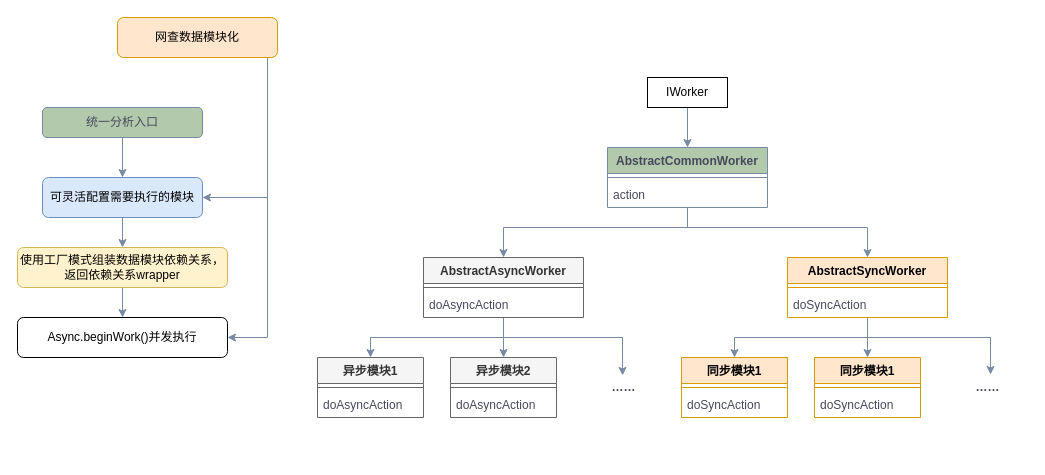
Before: page "Page-1" (1 of 2) of 2023职级晋升.drawio in zhangjiankun9494/demo, a draw.io diagram. Source tidied: cells renumbered, new cells numbered last; positions are measured from the earlier drawing's top-left corner, leaving out a move shared by most shapes. Both pictures are drawn from the tidied source at 100%, with x=0, y=0 at pixel (17, 17).
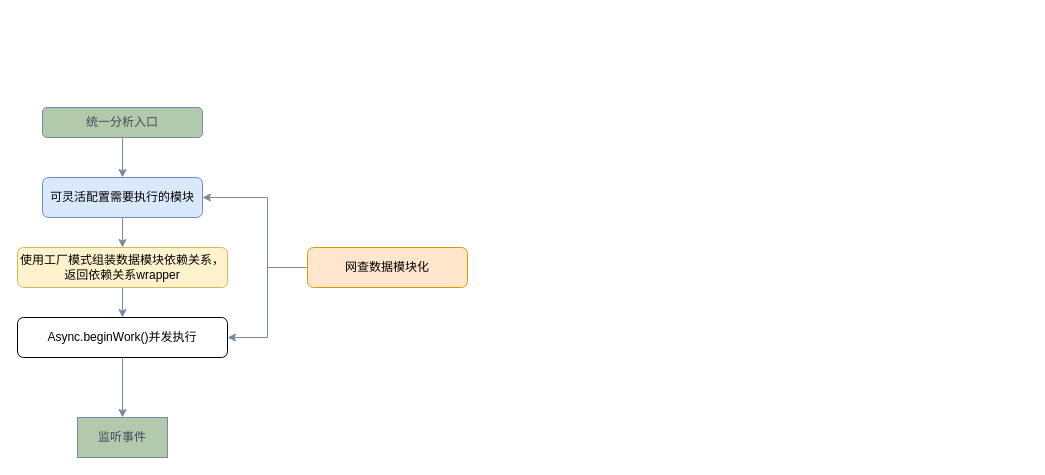
The same page after the edit.

Commit message (it also covers changes not shown here):
更新2023职级晋升.drawio

The change refers to these unchanged cells:
```xml
<mxCell id="11" value="Async.beginWork()并发执行" style="rounded=1;whiteSpace=wrap;html=1;" parent="1" vertex="1">
  <mxGeometry y="300" width="210" height="40" as="geometry" />
</mxCell>
```

Diff of the diagram source:
```diff
@@
     <mxCell id="8" value="网查数据模块化" style="rounded=1;whiteSpace=wrap;html=1;fillColor=#ffe6cc;strokeColor=#d79b00;" parent="1" vertex="1">
-      <mxGeometry x="100" width="160" height="40" as="geometry" />
+      <mxGeometry x="290" y="230" width="160" height="40" as="geometry" />
     </mxCell>
@@
+    <mxCell id="45" style="edgeStyle=orthogonalEdgeStyle;rounded=0;jettySize=auto;html=1;entryX=0.5;entryY=0;entryDx=0;entryDy=0;strokeColor=#788AA3;fontColor=#46495D;fillColor=#B2C9AB;" parent="1" edge="1" source="11" target="46">
+      <mxGeometry relative="1" as="geometry" />
+    </mxCell>
@@
-    <mxCell id="12" style="edgeStyle=orthogonalEdgeStyle;rounded=0;jettySize=auto;html=1;entryX=0.5;entryY=0;entryDx=0;entryDy=0;strokeColor=#788AA3;fontColor=#46495D;fillColor=#B2C9AB;" parent="1" edge="1" source="13" target="16">
-      <mxGeometry relative="1" as="geometry" />
-    </mxCell>
-    <mxCell id="13" value="IWorker" style="html=1;whiteSpace=wrap;" parent="1" vertex="1">
-      <mxGeometry x="630" y="60" width="80" height="30" as="geometry" />
-    </mxCell>
-    <mxCell id="14" style="edgeStyle=orthogonalEdgeStyle;rounded=0;jettySize=auto;html=1;entryX=0.5;entryY=0;entryDx=0;entryDy=0;strokeColor=#788AA3;fontColor=#46495D;fillColor=#B2C9AB;" parent="1" edge="1" source="16" target="22">
-      <mxGeometry relative="1" as="geometry">
-        <Array as="points">
-          <mxPoint x="670" y="210" />
-          <mxPoint x="486" y="210" />
-        </Array>
-      </mxGeometry>
-    </mxCell>
-    <mxCell id="15" style="edgeStyle=orthogonalEdgeStyle;rounded=0;jettySize=auto;html=1;strokeColor=#788AA3;fontColor=#46495D;fillColor=#B2C9AB;" parent="1" edge="1" source="16" target="28">
-      <mxGeometry relative="1" as="geometry">
-        <Array as="points">
-          <mxPoint x="670" y="210" />
-          <mxPoint x="850" y="210" />
-        </Array>
-      </mxGeometry>
-    </mxCell>
-    <mxCell id="16" value="AbstractCommonWorker" style="swimlane;fontStyle=1;align=center;verticalAlign=top;horizontal=1;startSize=26;whiteSpace=wrap;html=1;strokeColor=#788AA3;fontColor=#46495D;fillColor=#B2C9AB;" parent="1" vertex="1">
-      <mxGeometry x="590" y="130" width="160" height="60" as="geometry" />
-    </mxCell>
-    <mxCell id="17" style="line;strokeWidth=1;fillColor=none;align=left;verticalAlign=middle;spacingTop=-1;spacingLeft=3;spacingRight=3;labelPosition=right;strokeColor=inherit;fontColor=#46495D;" parent="16" vertex="1">
-      <mxGeometry y="26" width="160" height="8" as="geometry" />
-    </mxCell>
-    <mxCell id="18" value="action" style="text;strokeColor=none;fillColor=none;align=left;verticalAlign=top;spacingLeft=4;spacingRight=4;overflow=hidden;whiteSpace=wrap;html=1;fontColor=#46495D;" parent="16" vertex="1">
-      <mxGeometry y="34" width="160" height="26" as="geometry" />
-    </mxCell>
-    <mxCell id="19" style="edgeStyle=orthogonalEdgeStyle;rounded=0;jettySize=auto;html=1;entryX=0.5;entryY=0;entryDx=0;entryDy=0;strokeColor=#788AA3;fontColor=#46495D;fillColor=#B2C9AB;" parent="1" edge="1" source="22" target="31">
-      <mxGeometry relative="1" as="geometry" />
-    </mxCell>
-    <mxCell id="20" style="edgeStyle=orthogonalEdgeStyle;rounded=0;jettySize=auto;html=1;entryX=0.5;entryY=0;entryDx=0;entryDy=0;strokeColor=#788AA3;fontColor=#46495D;fillColor=#B2C9AB;" parent="1" edge="1" source="22" target="34">
-      <mxGeometry relative="1" as="geometry" />
-    </mxCell>
-    <mxCell id="21" style="edgeStyle=orthogonalEdgeStyle;rounded=0;jettySize=auto;html=1;entryX=0.488;entryY=0.038;entryDx=0;entryDy=0;entryPerimeter=0;strokeColor=#788AA3;fontColor=#46495D;fillColor=#B2C9AB;" parent="1" edge="1" source="22" target="37">
-      <mxGeometry relative="1" as="geometry">
-        <Array as="points">
-          <mxPoint x="486" y="320" />
-          <mxPoint x="605" y="320" />
-        </Array>
-      </mxGeometry>
-    </mxCell>
-    <mxCell id="22" value="AbstractAsyncWorker" style="swimlane;fontStyle=1;align=center;verticalAlign=top;horizontal=1;startSize=26;whiteSpace=wrap;html=1;strokeColor=#666666;fillColor=#f5f5f5;fontColor=#333333;" parent="1" vertex="1">
-      <mxGeometry x="406" y="240" width="160" height="60" as="geometry" />
-    </mxCell>
-    <mxCell id="23" style="line;strokeWidth=1;fillColor=none;align=left;verticalAlign=middle;spacingTop=-1;spacingLeft=3;spacingRight=3;labelPosition=right;strokeColor=inherit;fontColor=#46495D;" parent="22" vertex="1">
-      <mxGeometry y="26" width="160" height="8" as="geometry" />
-    </mxCell>
-    <mxCell id="24" value="doAsyncAction" style="text;strokeColor=none;fillColor=none;align=left;verticalAlign=top;spacingLeft=4;spacingRight=4;overflow=hidden;whiteSpace=wrap;html=1;fontColor=#46495D;" parent="22" vertex="1">
-      <mxGeometry y="34" width="160" height="26" as="geometry" />
-    </mxCell>
-    <mxCell id="25" style="edgeStyle=orthogonalEdgeStyle;rounded=0;jettySize=auto;html=1;entryX=0.5;entryY=0;entryDx=0;entryDy=0;strokeColor=#788AA3;fontColor=#46495D;fillColor=#B2C9AB;" parent="1" edge="1" source="28" target="38">
-      <mxGeometry relative="1" as="geometry" />
-    </mxCell>
-    <mxCell id="26" style="edgeStyle=orthogonalEdgeStyle;rounded=0;jettySize=auto;html=1;entryX=0.5;entryY=0;entryDx=0;entryDy=0;strokeColor=#788AA3;fontColor=#46495D;fillColor=#B2C9AB;" parent="1" edge="1" source="28" target="41">
-      <mxGeometry relative="1" as="geometry" />
-    </mxCell>
-    <mxCell id="27" style="edgeStyle=orthogonalEdgeStyle;rounded=0;jettySize=auto;html=1;entryX=0.538;entryY=0;entryDx=0;entryDy=0;entryPerimeter=0;strokeColor=#788AA3;fontColor=#46495D;fillColor=#B2C9AB;" parent="1" edge="1" source="28" target="44">
-      <mxGeometry relative="1" as="geometry">
-        <Array as="points">
-          <mxPoint x="850" y="320" />
-          <mxPoint x="973" y="320" />
-        </Array>
-      </mxGeometry>
-    </mxCell>
-    <mxCell id="28" value="AbstractSyncWorker" style="swimlane;fontStyle=1;align=center;verticalAlign=top;horizontal=1;startSize=26;whiteSpace=wrap;html=1;strokeColor=#d79b00;fillColor=#ffe6cc;" parent="1" vertex="1">
-      <mxGeometry x="770" y="240" width="160" height="60" as="geometry" />
-    </mxCell>
-    <mxCell id="29" style="line;strokeWidth=1;fillColor=none;align=left;verticalAlign=middle;spacingTop=-1;spacingLeft=3;spacingRight=3;labelPosition=right;strokeColor=inherit;fontColor=#46495D;" parent="28" vertex="1">
-      <mxGeometry y="26" width="160" height="8" as="geometry" />
-    </mxCell>
-    <mxCell id="30" value="doSyncAction" style="text;strokeColor=none;fillColor=none;align=left;verticalAlign=top;spacingLeft=4;spacingRight=4;overflow=hidden;whiteSpace=wrap;html=1;fontColor=#46495D;" parent="28" vertex="1">
-      <mxGeometry y="34" width="160" height="26" as="geometry" />
-    </mxCell>
-    <mxCell id="31" value="异步模块1" style="swimlane;fontStyle=1;align=center;verticalAlign=top;horizontal=1;startSize=26;whiteSpace=wrap;html=1;strokeColor=#666666;fillColor=#f5f5f5;fontColor=#333333;" parent="1" vertex="1">
-      <mxGeometry x="300" y="340" width="106" height="60" as="geometry" />
-    </mxCell>
-    <mxCell id="32" style="line;strokeWidth=1;fillColor=none;align=left;verticalAlign=middle;spacingTop=-1;spacingLeft=3;spacingRight=3;labelPosition=right;strokeColor=inherit;fontColor=#46495D;" parent="31" vertex="1">
-      <mxGeometry y="26" width="106" height="8" as="geometry" />
-    </mxCell>
-    <mxCell id="33" value="doAsyncAction" style="text;strokeColor=none;fillColor=none;align=left;verticalAlign=top;spacingLeft=4;spacingRight=4;overflow=hidden;whiteSpace=wrap;html=1;fontColor=#46495D;" parent="31" vertex="1">
-      <mxGeometry y="34" width="106" height="26" as="geometry" />
-    </mxCell>
-    <mxCell id="34" value="异步模块2" style="swimlane;fontStyle=1;align=center;verticalAlign=top;horizontal=1;startSize=26;whiteSpace=wrap;html=1;strokeColor=#666666;fillColor=#f5f5f5;fontColor=#333333;" parent="1" vertex="1">
-      <mxGeometry x="433" y="340" width="106" height="60" as="geometry" />
-    </mxCell>
-    <mxCell id="35" style="line;strokeWidth=1;fillColor=none;align=left;verticalAlign=middle;spacingTop=-1;spacingLeft=3;spacingRight=3;labelPosition=right;strokeColor=inherit;fontColor=#46495D;" parent="34" vertex="1">
-      <mxGeometry y="26" width="106" height="8" as="geometry" />
-    </mxCell>
-    <mxCell id="36" value="doAsyncAction" style="text;strokeColor=none;fillColor=none;align=left;verticalAlign=top;spacingLeft=4;spacingRight=4;overflow=hidden;whiteSpace=wrap;html=1;fontColor=#46495D;" parent="34" vertex="1">
-      <mxGeometry y="34" width="106" height="26" as="geometry" />
-    </mxCell>
-    <mxCell id="37" value="……" style="text;align=center;fontStyle=1;verticalAlign=middle;spacingLeft=3;spacingRight=3;strokeColor=none;points=[[0,0.5],[1,0.5]];portConstraint=eastwest;html=1;fontColor=#46495D;" parent="1" vertex="1">
-      <mxGeometry x="566" y="357" width="80" height="26" as="geometry" />
-    </mxCell>
-    <mxCell id="38" value="同步模块1" style="swimlane;fontStyle=1;align=center;verticalAlign=top;horizontal=1;startSize=26;whiteSpace=wrap;html=1;strokeColor=#d79b00;fillColor=#ffe6cc;" parent="1" vertex="1">
-      <mxGeometry x="664" y="340" width="106" height="60" as="geometry" />
-    </mxCell>
-    <mxCell id="39" style="line;strokeWidth=1;fillColor=none;align=left;verticalAlign=middle;spacingTop=-1;spacingLeft=3;spacingRight=3;labelPosition=right;strokeColor=inherit;fontColor=#46495D;" parent="38" vertex="1">
-      <mxGeometry y="26" width="106" height="8" as="geometry" />
-    </mxCell>
-    <mxCell id="40" value="doSyncAction" style="text;strokeColor=none;fillColor=none;align=left;verticalAlign=top;spacingLeft=4;spacingRight=4;overflow=hidden;whiteSpace=wrap;html=1;fontColor=#46495D;" parent="38" vertex="1">
-      <mxGeometry y="34" width="106" height="26" as="geometry" />
-    </mxCell>
-    <mxCell id="41" value="同步模块1" style="swimlane;fontStyle=1;align=center;verticalAlign=top;horizontal=1;startSize=26;whiteSpace=wrap;html=1;strokeColor=#d79b00;fillColor=#ffe6cc;" parent="1" vertex="1">
-      <mxGeometry x="797" y="340" width="106" height="60" as="geometry" />
-    </mxCell>
-    <mxCell id="42" style="line;strokeWidth=1;fillColor=none;align=left;verticalAlign=middle;spacingTop=-1;spacingLeft=3;spacingRight=3;labelPosition=right;strokeColor=inherit;fontColor=#46495D;" parent="41" vertex="1">
-      <mxGeometry y="26" width="106" height="8" as="geometry" />
-    </mxCell>
-    <mxCell id="43" value="doSyncAction" style="text;strokeColor=none;fillColor=none;align=left;verticalAlign=top;spacingLeft=4;spacingRight=4;overflow=hidden;whiteSpace=wrap;html=1;fontColor=#46495D;" parent="41" vertex="1">
-      <mxGeometry y="34" width="106" height="26" as="geometry" />
-    </mxCell>
-    <mxCell id="44" value="……" style="text;align=center;fontStyle=1;verticalAlign=middle;spacingLeft=3;spacingRight=3;strokeColor=none;points=[[0,0.5],[1,0.5]];portConstraint=eastwest;html=1;fontColor=#46495D;" parent="1" vertex="1">
-      <mxGeometry x="930" y="357" width="80" height="26" as="geometry" />
-    </mxCell>
+    <mxCell id="46" value="监听事件" style="rounded=0;whiteSpace=wrap;html=1;strokeColor=#788AA3;fontColor=#46495D;fillColor=#B2C9AB;" parent="1" vertex="1">
+      <mxGeometry x="60" y="400" width="90" height="40" as="geometry" />
+    </mxCell>
```
